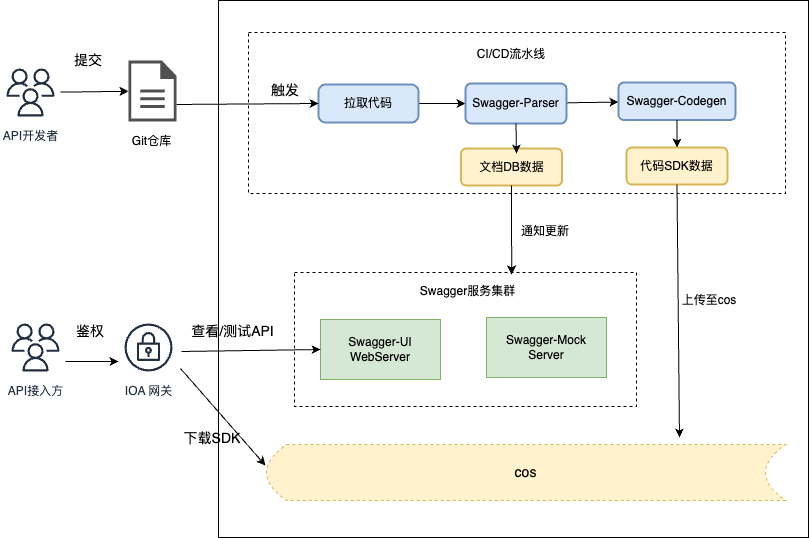
Before: docs/img/api-arch.drawio.png, a diagram exported from draw.io (erikluo/erikluo.github.io). Source tidied: cells renumbered, new cells last; positions are measured from the earlier drawing's top-left corner, leaving out a move shared by most shapes.
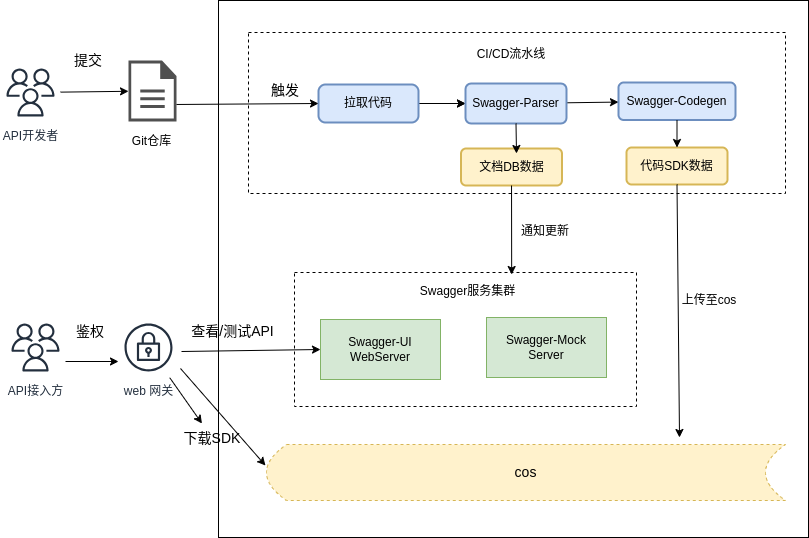
Later version of the same file.

What changed in the source:
```diff
@@ -1,4 +1,4 @@
-<mxGraphModel>
+<mxGraphModel background="#ffffff">
   <root>
     <mxCell id="0" />
     <mxCell id="1" parent="0" />
@@ -87,7 +87,10 @@
     <mxCell id="28" value="Git仓库" style="text;html=1;strokeColor=none;fillColor=none;align=center;verticalAlign=middle;whiteSpace=wrap;rounded=0;" parent="26" vertex="1">
       <mxGeometry y="66" width="59" height="30" as="geometry" />
     </mxCell>
+    <mxCell id="40" style="edgeStyle=none;html=1;" parent="1" edge="1" source="29" target="39">
+      <mxGeometry relative="1" as="geometry" />
+    </mxCell>
-    <mxCell id="29" value="IOA 网关" style="sketch=0;outlineConnect=0;fontColor=#232F3E;gradientColor=none;strokeColor=#232F3E;fillColor=#ffffff;dashed=0;verticalLabelPosition=bottom;verticalAlign=top;align=center;html=1;fontSize=12;fontStyle=0;shape=mxgraph.aws4.resourceIcon;resIcon=mxgraph.aws4.vpn_gateway;shadow=0;" parent="1" vertex="1">
+    <mxCell id="29" value="web 网关" style="sketch=0;outlineConnect=0;fontColor=#232F3E;gradientColor=none;strokeColor=#232F3E;fillColor=#ffffff;dashed=0;verticalLabelPosition=bottom;verticalAlign=top;align=center;html=1;fontSize=12;fontStyle=0;shape=mxgraph.aws4.resourceIcon;resIcon=mxgraph.aws4.vpn_gateway;shadow=0;" parent="1" vertex="1">
       <mxGeometry x="118" y="317" width="60" height="60" as="geometry" />
     </mxCell>
     <mxCell id="30" style="endArrow=classic;html=1;fontSize=14;entryX=0;entryY=0.5;entryDx=0;entryDy=0;exitX=1;exitY=0.721;exitDx=0;exitDy=0;exitPerimeter=0;" parent="1" edge="1" source="27" target="10">
```
